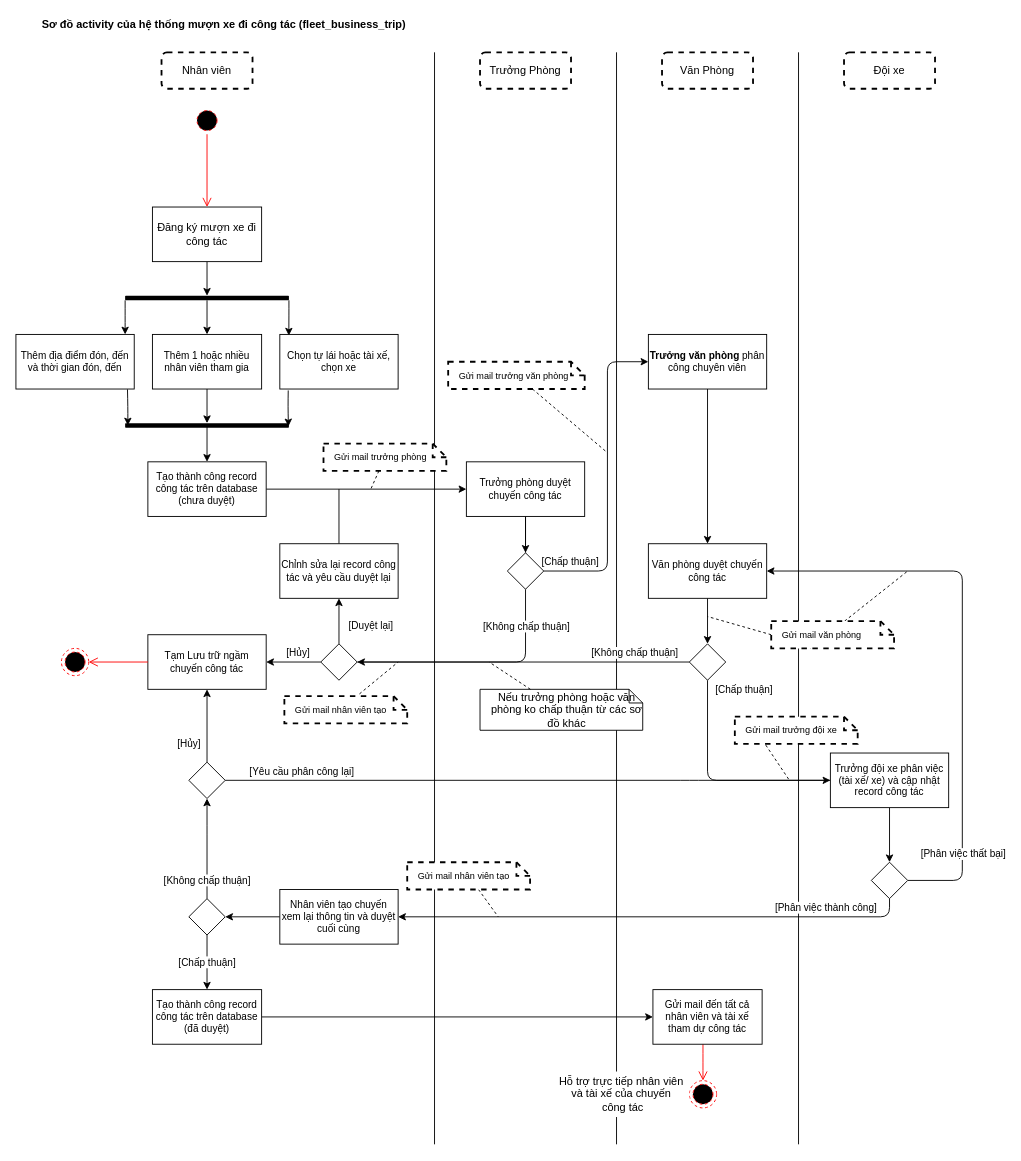
NgoHuuNghia/odoo15-digitalocean keeps this draw.io diagram as uml-diargrams/uml_activity_fleet_business_trip.drawio. Above is the earlier version. Source tidied: cells renumbered, new cells numbered last; positions are measured from the earlier drawing's top-left corner, leaving out a move shared by most shapes. Both pictures are drawn from the tidied source at 91%, with x=0, y=0 at pixel (15, 15).
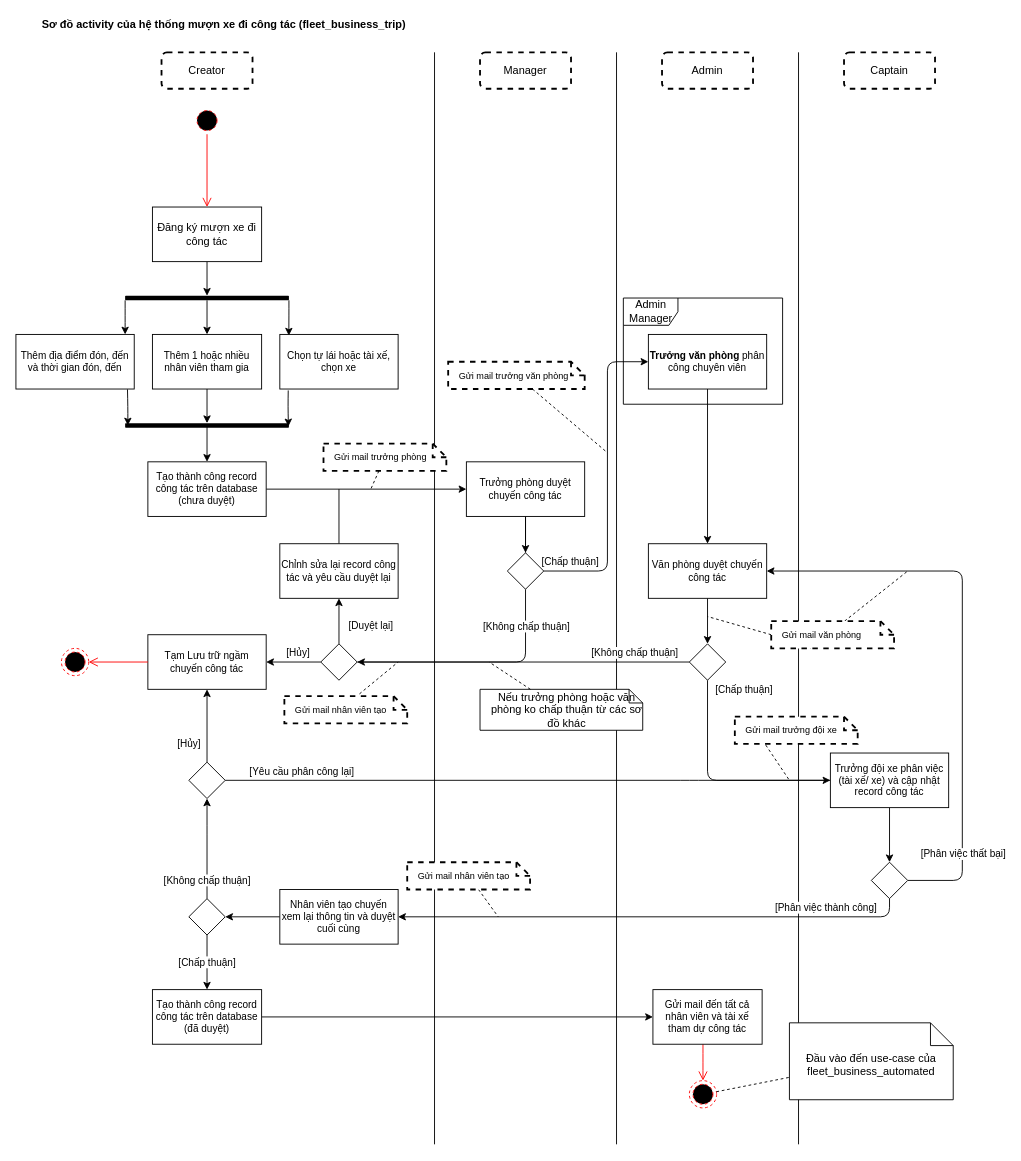
Above is the later version.

Unchanged cells that the change refers to:
```xml
<mxCell id="57" style="ellipse;html=1;shape=endState;fillColor=#000000;strokeColor=#ff0000;dashed=1;" parent="1" vertex="1">
  <mxGeometry x="740" y="1170" width="30" height="30" as="geometry" />
</mxCell>
```

What changed in the source:
```diff
@@
-    <mxCell id="5" value="Nhân viên" style="rounded=1;whiteSpace=wrap;html=1;strokeWidth=2;dashed=1;" parent="1" vertex="1">
+    <mxCell id="5" value="Creator" style="rounded=1;whiteSpace=wrap;html=1;strokeWidth=2;dashed=1;" parent="1" vertex="1">
       <mxGeometry x="160" y="40" width="100" height="40" as="geometry" />
     </mxCell>
@@
-    <mxCell id="21" value="Trưởng Phòng" style="rounded=1;whiteSpace=wrap;html=1;strokeWidth=2;dashed=1;" parent="1" vertex="1">
+    <mxCell id="21" value="Manager" style="rounded=1;whiteSpace=wrap;html=1;strokeWidth=2;dashed=1;" parent="1" vertex="1">
       <mxGeometry x="510" y="40" width="100" height="40" as="geometry" />
     </mxCell>
-    <mxCell id="22" value="Văn Phòng" style="rounded=1;whiteSpace=wrap;html=1;strokeWidth=2;dashed=1;" parent="1" vertex="1">
+    <mxCell id="22" value="Admin" style="rounded=1;whiteSpace=wrap;html=1;strokeWidth=2;dashed=1;" parent="1" vertex="1">
       <mxGeometry x="710" y="40" width="100" height="40" as="geometry" />
     </mxCell>
-    <mxCell id="23" value="Đội xe" style="rounded=1;whiteSpace=wrap;html=1;strokeWidth=2;dashed=1;" parent="1" vertex="1">
+    <mxCell id="23" value="Captain" style="rounded=1;whiteSpace=wrap;html=1;strokeWidth=2;dashed=1;" parent="1" vertex="1">
       <mxGeometry x="910" y="40" width="100" height="40" as="geometry" />
     </mxCell>
@@
-    <mxCell id="58" value="&lt;span&gt;Hỗ trợ trực tiếp nhân viên &lt;br&gt;và tài xế của chuyến&lt;br&gt;&amp;nbsp;công tác&lt;/span&gt;" style="text;html=1;align=center;verticalAlign=middle;strokeColor=none;fillColor=default;" parent="1" vertex="1">
-      <mxGeometry x="590" y="1160" width="150" height="50" as="geometry" />
-    </mxCell>
@@
+    <mxCell id="86" value="Đầu vào đến use-case của fleet_business_automated" style="shape=note2;boundedLbl=1;whiteSpace=wrap;html=1;size=25;verticalAlign=top;align=center;fontColor=default;strokeColor=default;fillColor=default;" parent="1" vertex="1">
+      <mxGeometry x="850" y="1106.5" width="180" height="84.5" as="geometry" />
+    </mxCell>
+    <mxCell id="87" style="edgeStyle=none;html=1;fontColor=#FFFFFF;endArrow=none;endFill=0;dashed=1;" parent="1" edge="1" source="57" target="86">
+      <mxGeometry relative="1" as="geometry" />
+    </mxCell>
+    <mxCell id="88" value="Admin Manager" style="shape=umlFrame;whiteSpace=wrap;html=1;" parent="1" vertex="1">
+      <mxGeometry x="667.5" y="310" width="175" height="116.7" as="geometry" />
+    </mxCell>
```
